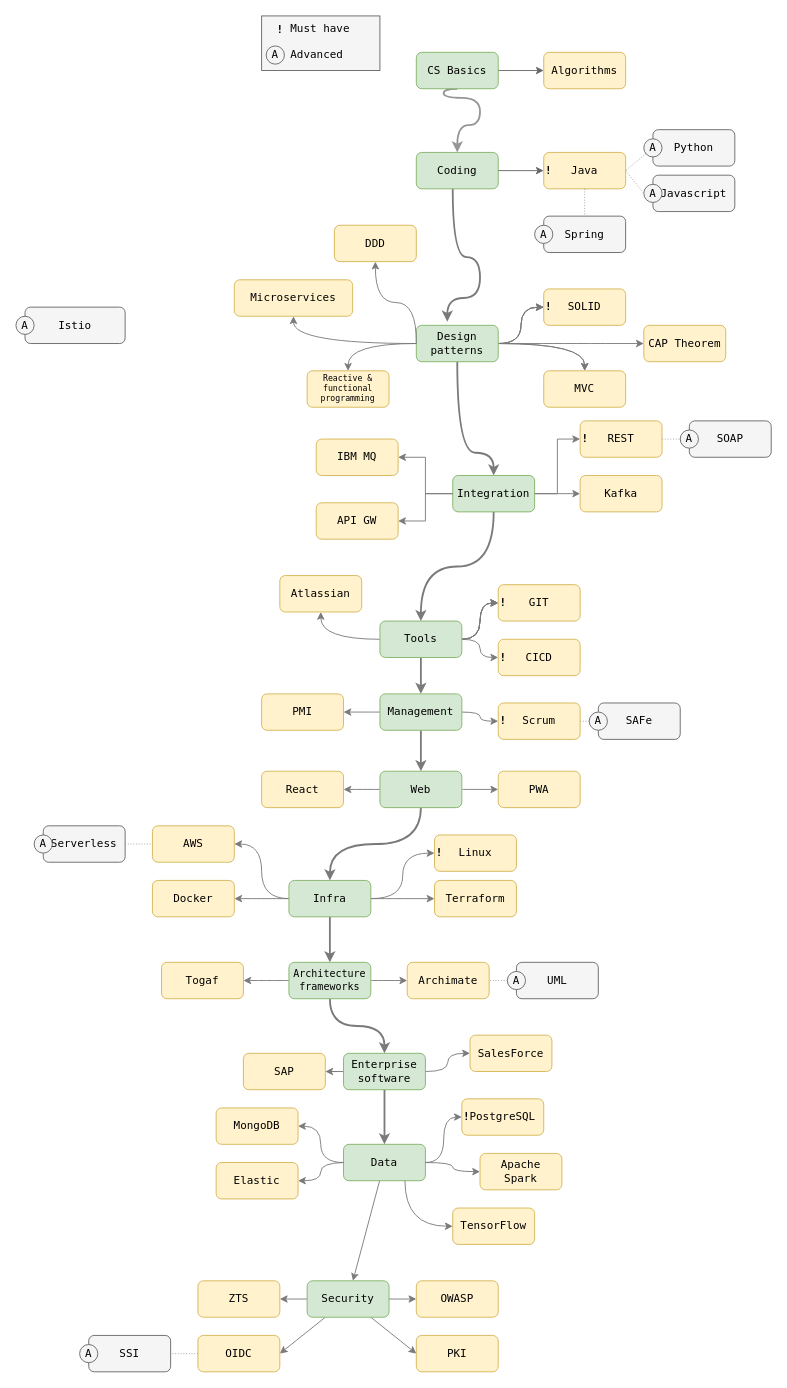
The draw.io diagram sources/Architecture.drawio in cmaxm/architect-roadmap, before the edit. Source tidied: cells renumbered, new cells numbered last; positions are measured from the earlier drawing's top-left corner, leaving out a move shared by most shapes. Both pictures are drawn from the tidied source at 91%, with x=0, y=0 at pixel (15, 15).
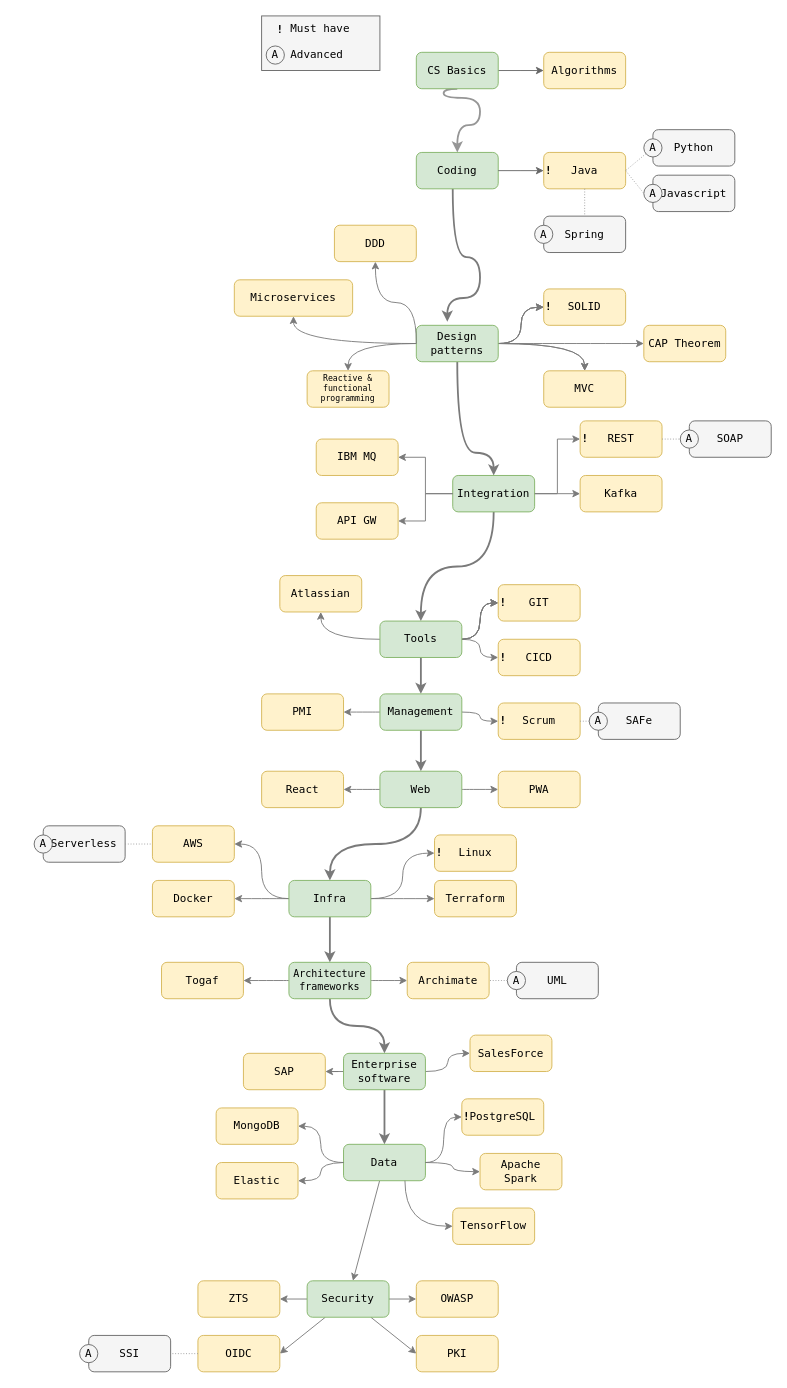
After the change.

The edit, as a diff of the source:
```diff
@@
-    <mxCell id="96" value="Istio" style="rounded=1;whiteSpace=wrap;html=1;fontFamily=Lucida Console;fillColor=#f5f5f5;strokeColor=#666666;fontColor=#000000;" parent="1" vertex="1">
-      <mxGeometry x="10" y="320" width="110" height="40" as="geometry" />
-    </mxCell>
-    <mxCell id="97" value="A" style="ellipse;whiteSpace=wrap;html=1;fontFamily=Lucida Console;fillColor=#f5f5f5;fontColor=#000000;strokeColor=#666666;" parent="1" vertex="1">
-      <mxGeometry y="330" width="20" height="20" as="geometry" />
-    </mxCell>
```
